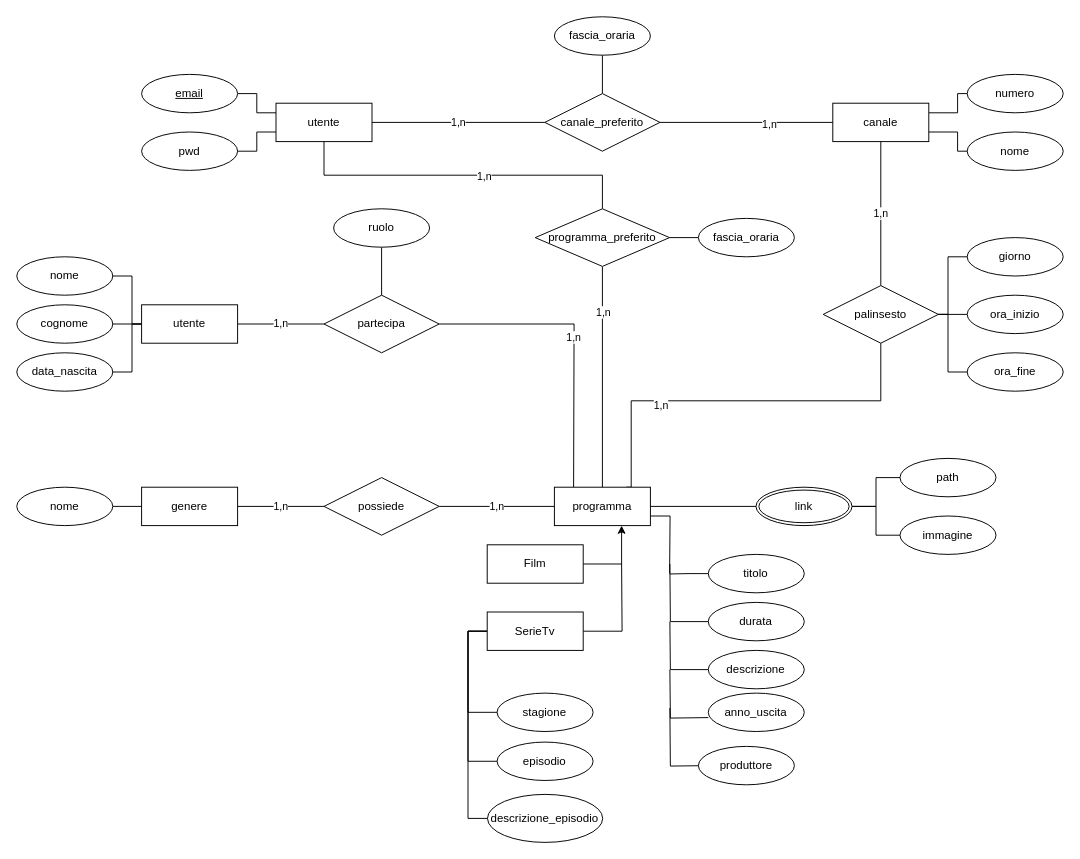
This is page "Normal" (1 of 2) of Doc/Er_Definitivo.drawio from Caprielos/Lbd, a draw.io file, before an edit. Source tidied: cells renumbered, new cells numbered last; positions are measured from the earlier drawing's top-left corner, leaving out a move shared by most shapes. Both pictures are drawn from the tidied source at 96%, with x=0, y=0 at pixel (16, 16).
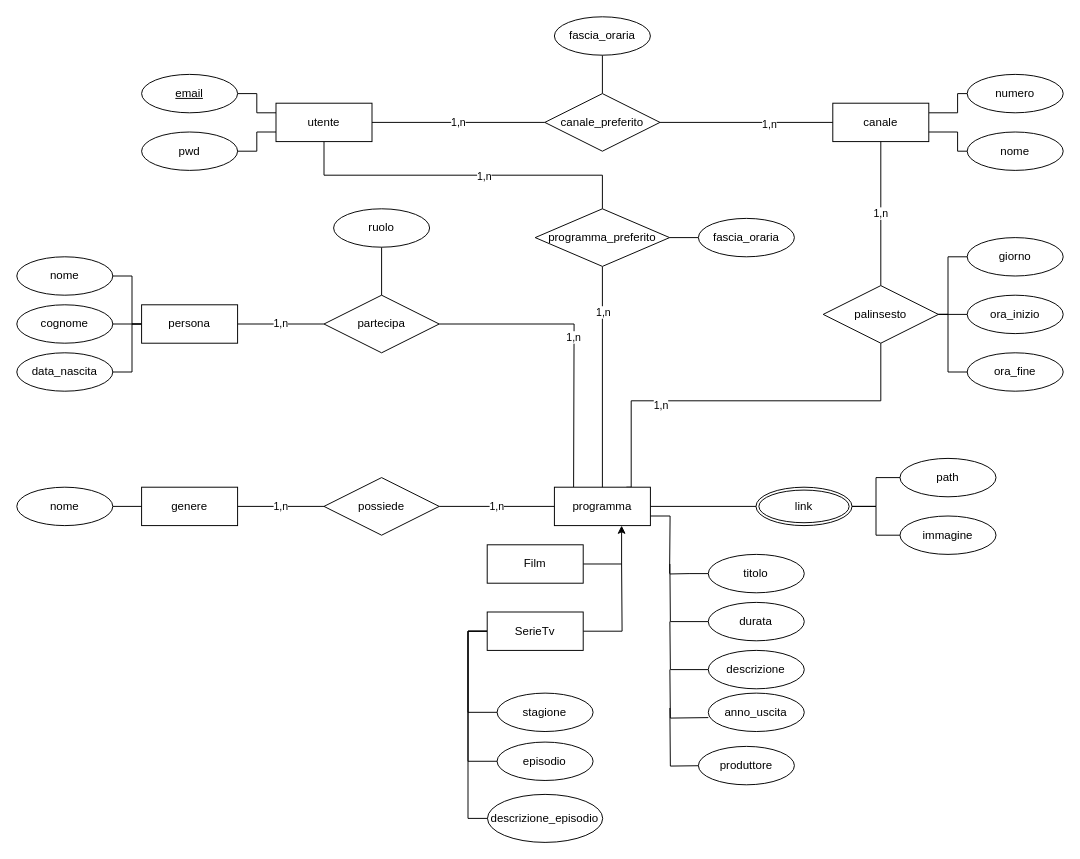
The same page after the edit.

Diff of the diagram source:
```diff
@@
-    <mxCell id="69" value="utente" style="whiteSpace=wrap;html=1;align=center;" parent="1" vertex="1">
+    <mxCell id="69" value="persona" style="whiteSpace=wrap;html=1;align=center;" parent="1" vertex="1">
       <mxGeometry x="130" y="300" width="100" height="40" as="geometry" />
     </mxCell>
```
